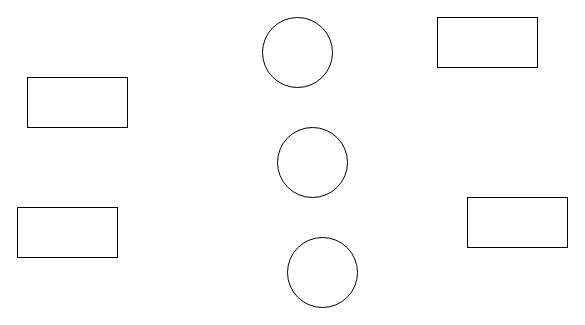
The draw.io diagram Untitled Diagram.drawio in ssaymanasrin10/sp2, before the edit. Source tidied: cells renumbered, new cells numbered last; positions are measured from the earlier drawing's top-left corner, leaving out a move shared by most shapes. Both pictures are drawn from the tidied source at 100%, with x=0, y=0 at pixel (17, 17).
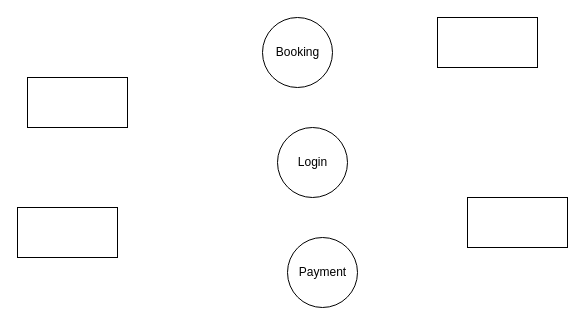
The same page after the edit.

Diff of the diagram source:
```diff
@@
 <mxGraphModel>
   <root>
     <mxCell id="0" />
     <mxCell id="1" parent="0" />
-    <mxCell id="2" value="&lt;span style=&quot;color: rgba(0 , 0 , 0 , 0) ; font-family: monospace ; font-size: 0px&quot;&gt;nns&lt;/span&gt;" style="shape=ellipse;html=1;dashed=0;whitespace=wrap;perimeter=ellipsePerimeter;" parent="1" vertex="1">
+    <mxCell id="2" value="Booking" style="shape=ellipse;html=1;dashed=0;whitespace=wrap;perimeter=ellipsePerimeter;" parent="1" vertex="1">
       <mxGeometry x="245" width="70" height="70" as="geometry" />
     </mxCell>
-    <mxCell id="3" style="shape=ellipse;html=1;dashed=0;whitespace=wrap;perimeter=ellipsePerimeter;" parent="1" vertex="1">
-      <mxGeometry x="270" y="220" width="70" height="70" as="geometry" />
-    </mxCell>
     <mxCell id="4" style="html=1;dashed=0;whitespace=wrap;" parent="1" vertex="1">
       <mxGeometry x="10" y="60" width="100" height="50" as="geometry" />
     </mxCell>
     <mxCell id="5" style="html=1;dashed=0;whitespace=wrap;" parent="1" vertex="1">
       <mxGeometry x="420" width="100" height="50" as="geometry" />
     </mxCell>
     <mxCell id="6" style="html=1;dashed=0;whitespace=wrap;" parent="1" vertex="1">
       <mxGeometry y="190" width="100" height="50" as="geometry" />
     </mxCell>
     <mxCell id="7" style="html=1;dashed=0;whitespace=wrap;" parent="1" vertex="1">
       <mxGeometry x="450" y="180" width="100" height="50" as="geometry" />
     </mxCell>
-    <mxCell id="8" style="shape=ellipse;html=1;dashed=0;whitespace=wrap;perimeter=ellipsePerimeter;" parent="1" vertex="1">
+    <mxCell id="8" value="Login" style="shape=ellipse;html=1;dashed=0;whitespace=wrap;perimeter=ellipsePerimeter;" parent="1" vertex="1">
       <mxGeometry x="260" y="110" width="70" height="70" as="geometry" />
     </mxCell>
+    <mxCell id="9" value="Payment" style="shape=ellipse;html=1;dashed=0;whitespace=wrap;perimeter=ellipsePerimeter;" parent="1" vertex="1">
+      <mxGeometry x="270" y="220" width="70" height="70" as="geometry" />
+    </mxCell>
   </root>
 </mxGraphModel>
```
